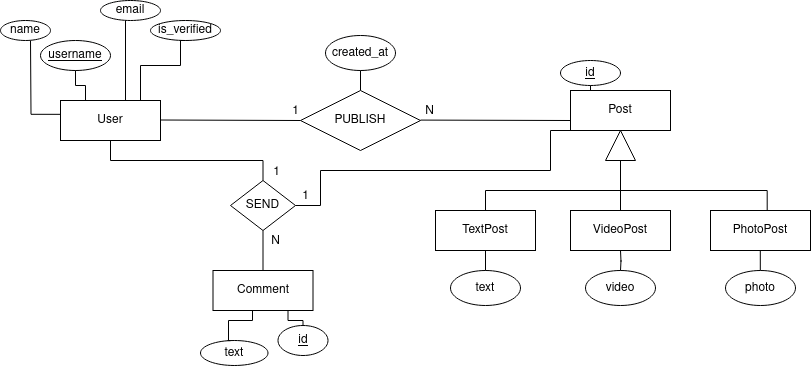
Above: images/modelo_conceitual.png in HicaroD/SocialApp (draw.io), before the change. Source tidied: cells renumbered, new cells last; positions are measured from the earlier drawing's top-left corner, leaving out a move shared by most shapes. Its diagram source:
```xml
<mxGraphModel>
  <root>
    <mxCell id="0" />
    <mxCell id="1" parent="0" />
    <mxCell id="2" value="&lt;div&gt;User&lt;/div&gt;" style="whiteSpace=wrap;html=1;align=center;" parent="1" vertex="1">
      <mxGeometry x="60" y="100" width="100" height="40" as="geometry" />
    </mxCell>
    <mxCell id="3" value="&lt;div&gt;Post&lt;/div&gt;" style="whiteSpace=wrap;html=1;align=center;" parent="1" vertex="1">
      <mxGeometry x="570" y="90" width="100" height="40" as="geometry" />
    </mxCell>
    <mxCell id="4" value="&lt;div&gt;Comment&lt;/div&gt;" style="whiteSpace=wrap;html=1;align=center;" parent="1" vertex="1">
      <mxGeometry x="212.5" y="270" width="100" height="40" as="geometry" />
    </mxCell>
    <mxCell id="5" value="name" style="ellipse;whiteSpace=wrap;html=1;align=center;" parent="1" vertex="1">
      <mxGeometry y="20" width="50" height="20" as="geometry" />
    </mxCell>
    <mxCell id="6" value="username" style="ellipse;whiteSpace=wrap;html=1;align=center;fontStyle=4;" parent="1" vertex="1">
      <mxGeometry x="40" y="40" width="70" height="30" as="geometry" />
    </mxCell>
    <mxCell id="7" value="email" style="ellipse;whiteSpace=wrap;html=1;align=center;" parent="1" vertex="1">
      <mxGeometry x="100" width="60" height="20" as="geometry" />
    </mxCell>
    <mxCell id="8" value="is_verified" style="ellipse;whiteSpace=wrap;html=1;align=center;" parent="1" vertex="1">
      <mxGeometry x="150" y="20" width="70" height="20" as="geometry" />
    </mxCell>
    <mxCell id="9" value="text" style="ellipse;whiteSpace=wrap;html=1;align=center;" parent="1" vertex="1">
      <mxGeometry x="200" y="340" width="67.5" height="25" as="geometry" />
    </mxCell>
    <mxCell id="10" style="endArrow=none;html=1;rounded=0;edgeStyle=orthogonalEdgeStyle;exitX=0.8;exitY=0;exitDx=0;exitDy=0;exitPerimeter=0;entryX=0.5;entryY=1;entryDx=0;entryDy=0;" parent="1" edge="1" source="2" target="8">
      <mxGeometry relative="1" as="geometry">
        <Array as="points">
          <mxPoint x="140" y="65" />
          <mxPoint x="180" y="65" />
          <mxPoint x="180" y="40" />
        </Array>
      </mxGeometry>
    </mxCell>
    <mxCell id="11" style="endArrow=none;html=1;rounded=0;edgeStyle=orthogonalEdgeStyle;exitX=0.5;exitY=0;exitDx=0;exitDy=0;" parent="1" edge="1" source="2">
      <mxGeometry relative="1" as="geometry">
        <mxPoint x="125" y="20" as="targetPoint" />
        <Array as="points">
          <mxPoint x="125" y="100" />
        </Array>
      </mxGeometry>
    </mxCell>
    <mxCell id="12" style="endArrow=none;html=1;rounded=0;exitX=0.25;exitY=0;exitDx=0;exitDy=0;entryX=0.5;entryY=1;entryDx=0;entryDy=0;edgeStyle=orthogonalEdgeStyle;" parent="1" edge="1" source="2" target="6">
      <mxGeometry relative="1" as="geometry" />
    </mxCell>
    <mxCell id="13" style="endArrow=none;html=1;rounded=0;edgeStyle=orthogonalEdgeStyle;exitX=-0.004;exitY=0.346;exitDx=0;exitDy=0;exitPerimeter=0;" parent="1" edge="1" source="2">
      <mxGeometry relative="1" as="geometry">
        <mxPoint x="30" y="40" as="targetPoint" />
      </mxGeometry>
    </mxCell>
    <mxCell id="14" value="VideoPost" style="whiteSpace=wrap;html=1;align=center;" parent="1" vertex="1">
      <mxGeometry x="570" y="210" width="100" height="40" as="geometry" />
    </mxCell>
    <mxCell id="15" value="TextPost" style="whiteSpace=wrap;html=1;align=center;" parent="1" vertex="1">
      <mxGeometry x="435" y="210" width="100" height="40" as="geometry" />
    </mxCell>
    <mxCell id="16" value="&lt;div&gt;PhotoPost&lt;/div&gt;" style="whiteSpace=wrap;html=1;align=center;" parent="1" vertex="1">
      <mxGeometry x="710" y="210" width="100" height="40" as="geometry" />
    </mxCell>
    <mxCell id="17" style="endArrow=none;html=1;rounded=0;edgeStyle=orthogonalEdgeStyle;exitX=0.397;exitY=0.002;exitDx=0;exitDy=0;exitPerimeter=0;" parent="1" edge="1" source="9">
      <mxGeometry relative="1" as="geometry">
        <mxPoint x="252" y="310" as="targetPoint" />
        <Array as="points">
          <mxPoint x="230" y="340" />
          <mxPoint x="228" y="340" />
          <mxPoint x="228" y="320" />
          <mxPoint x="252" y="320" />
        </Array>
      </mxGeometry>
    </mxCell>
    <mxCell id="18" style="triangle;whiteSpace=wrap;html=1;rotation=-90;" parent="1" vertex="1">
      <mxGeometry x="605" y="130" width="30" height="30" as="geometry" />
    </mxCell>
    <mxCell id="19" style="endArrow=none;html=1;rounded=0;entryX=0;entryY=0.5;entryDx=0;entryDy=0;edgeStyle=orthogonalEdgeStyle;exitX=0.55;exitY=0;exitDx=0;exitDy=0;exitPerimeter=0;" parent="1" edge="1" target="18">
      <mxGeometry relative="1" as="geometry">
        <mxPoint x="490" y="210" as="sourcePoint" />
        <Array as="points">
          <mxPoint x="485" y="210" />
          <mxPoint x="485" y="190" />
          <mxPoint x="620" y="190" />
        </Array>
      </mxGeometry>
    </mxCell>
    <mxCell id="20" style="endArrow=none;html=1;rounded=0;edgeStyle=orthogonalEdgeStyle;exitX=0.5;exitY=0;exitDx=0;exitDy=0;" parent="1" edge="1" source="14">
      <mxGeometry relative="1" as="geometry">
        <mxPoint x="620" y="170" as="targetPoint" />
      </mxGeometry>
    </mxCell>
    <mxCell id="21" style="endArrow=none;html=1;rounded=0;entryX=0;entryY=0.5;entryDx=0;entryDy=0;edgeStyle=orthogonalEdgeStyle;exitX=0.567;exitY=0.01;exitDx=0;exitDy=0;exitPerimeter=0;" parent="1" edge="1" source="16" target="18">
      <mxGeometry relative="1" as="geometry">
        <Array as="points">
          <mxPoint x="767" y="190" />
          <mxPoint x="620" y="190" />
        </Array>
      </mxGeometry>
    </mxCell>
    <mxCell id="22" value="created_at" style="ellipse;whiteSpace=wrap;html=1;align=center;" parent="1" vertex="1">
      <mxGeometry x="325" y="35" width="70" height="35" as="geometry" />
    </mxCell>
    <mxCell id="23" value="&lt;u&gt;id&lt;/u&gt;" style="ellipse;whiteSpace=wrap;html=1;align=center;" parent="1" vertex="1">
      <mxGeometry x="560" y="60" width="60" height="25" as="geometry" />
    </mxCell>
    <mxCell id="24" value="&lt;div&gt;text&lt;/div&gt;" style="ellipse;whiteSpace=wrap;html=1;align=center;" parent="1" vertex="1">
      <mxGeometry x="450" y="270" width="70" height="35" as="geometry" />
    </mxCell>
    <mxCell id="25" value="video" style="ellipse;whiteSpace=wrap;html=1;align=center;" parent="1" vertex="1">
      <mxGeometry x="585" y="270" width="70" height="35" as="geometry" />
    </mxCell>
    <mxCell id="26" value="photo" style="ellipse;whiteSpace=wrap;html=1;align=center;" parent="1" vertex="1">
      <mxGeometry x="725" y="270" width="70" height="35" as="geometry" />
    </mxCell>
    <mxCell id="27" style="endArrow=none;html=1;rounded=0;" parent="1" edge="1">
      <mxGeometry relative="1" as="geometry">
        <mxPoint x="485" y="270" as="sourcePoint" />
        <mxPoint x="485" y="250" as="targetPoint" />
      </mxGeometry>
    </mxCell>
    <mxCell id="28" style="endArrow=none;html=1;rounded=0;edgeStyle=orthogonalEdgeStyle;" parent="1" edge="1">
      <mxGeometry relative="1" as="geometry">
        <mxPoint x="620" y="270" as="sourcePoint" />
        <mxPoint x="620" y="250" as="targetPoint" />
      </mxGeometry>
    </mxCell>
    <mxCell id="29" style="endArrow=none;html=1;rounded=0;" parent="1" edge="1">
      <mxGeometry relative="1" as="geometry">
        <mxPoint x="759.8" y="270" as="sourcePoint" />
        <mxPoint x="759.8" y="250" as="targetPoint" />
      </mxGeometry>
    </mxCell>
    <mxCell id="30" style="endArrow=none;html=1;rounded=0;entryX=0.5;entryY=1;entryDx=0;entryDy=0;edgeStyle=orthogonalEdgeStyle;exitX=0.205;exitY=-0.004;exitDx=0;exitDy=0;exitPerimeter=0;" parent="1" edge="1" source="3" target="23">
      <mxGeometry relative="1" as="geometry">
        <Array as="points">
          <mxPoint x="590" y="85" />
          <mxPoint x="590" y="85" />
        </Array>
      </mxGeometry>
    </mxCell>
    <mxCell id="31" style="endArrow=none;html=1;rounded=0;entryX=0.5;entryY=0;entryDx=0;entryDy=0;edgeStyle=orthogonalEdgeStyle;" parent="1" edge="1" target="32">
      <mxGeometry relative="1" as="geometry">
        <mxPoint x="360" y="70" as="sourcePoint" />
        <Array as="points">
          <mxPoint x="360" y="70" />
          <mxPoint x="360" y="70" />
        </Array>
      </mxGeometry>
    </mxCell>
    <mxCell id="32" value="PUBLISH" style="shape=rhombus;perimeter=rhombusPerimeter;whiteSpace=wrap;html=1;align=center;" parent="1" vertex="1">
      <mxGeometry x="300" y="90" width="120" height="60" as="geometry" />
    </mxCell>
    <mxCell id="33" style="endArrow=none;html=1;rounded=0;" parent="1" edge="1">
      <mxGeometry relative="1" as="geometry">
        <mxPoint x="160" y="119.5" as="sourcePoint" />
        <mxPoint x="300" y="120" as="targetPoint" />
      </mxGeometry>
    </mxCell>
    <mxCell id="34" value="1" style="html=1;whiteSpace=wrap;align=right;verticalAlign=bottom;" parent="33" vertex="1">
      <mxGeometry x="1" relative="1" as="geometry" />
    </mxCell>
    <mxCell id="35" style="endArrow=none;html=1;rounded=0;" parent="1" edge="1">
      <mxGeometry relative="1" as="geometry">
        <mxPoint x="420" y="119.6" as="sourcePoint" />
        <mxPoint x="570" y="120" as="targetPoint" />
      </mxGeometry>
    </mxCell>
    <mxCell id="36" value="N" style="html=1;whiteSpace=wrap;align=right;verticalAlign=bottom;" parent="35" vertex="1">
      <mxGeometry x="1" relative="1" as="geometry">
        <mxPoint x="-135" as="offset" />
      </mxGeometry>
    </mxCell>
    <mxCell id="37" style="endArrow=none;html=1;rounded=0;edgeStyle=orthogonalEdgeStyle;exitX=0.75;exitY=1;exitDx=0;exitDy=0;" parent="1" edge="1" source="4" target="38">
      <mxGeometry relative="1" as="geometry" />
    </mxCell>
    <mxCell id="38" value="&lt;u&gt;id&lt;/u&gt;" style="ellipse;whiteSpace=wrap;html=1;align=center;" parent="1" vertex="1">
      <mxGeometry x="277.5" y="325" width="50" height="30" as="geometry" />
    </mxCell>
    <mxCell id="39" value="SEND" style="shape=rhombus;perimeter=rhombusPerimeter;whiteSpace=wrap;html=1;align=center;" parent="1" vertex="1">
      <mxGeometry x="230" y="180" width="65" height="50" as="geometry" />
    </mxCell>
    <mxCell id="40" style="endArrow=none;html=1;rounded=0;exitX=0.5;exitY=1;exitDx=0;exitDy=0;edgeStyle=orthogonalEdgeStyle;" parent="1" edge="1" source="2" target="39">
      <mxGeometry relative="1" as="geometry" />
    </mxCell>
    <mxCell id="41" value="1" style="html=1;whiteSpace=wrap;align=right;verticalAlign=bottom;" parent="40" vertex="1">
      <mxGeometry x="1" relative="1" as="geometry">
        <mxPoint x="18" as="offset" />
      </mxGeometry>
    </mxCell>
    <mxCell id="42" style="endArrow=none;html=1;rounded=0;entryX=0.5;entryY=1;entryDx=0;entryDy=0;edgeStyle=orthogonalEdgeStyle;exitX=0.5;exitY=0;exitDx=0;exitDy=0;" parent="1" edge="1" source="4" target="39">
      <mxGeometry relative="1" as="geometry">
        <Array as="points">
          <mxPoint x="263" y="270" />
        </Array>
      </mxGeometry>
    </mxCell>
    <mxCell id="43" value="N" style="html=1;whiteSpace=wrap;align=right;verticalAlign=bottom;" parent="42" vertex="1">
      <mxGeometry x="1" relative="1" as="geometry">
        <mxPoint x="18" y="20" as="offset" />
      </mxGeometry>
    </mxCell>
    <mxCell id="44" style="endArrow=none;html=1;rounded=0;edgeStyle=orthogonalEdgeStyle;exitX=1;exitY=0.5;exitDx=0;exitDy=0;" parent="1" edge="1" source="39">
      <mxGeometry relative="1" as="geometry">
        <mxPoint x="570" y="130" as="targetPoint" />
        <Array as="points">
          <mxPoint x="320" y="205" />
          <mxPoint x="320" y="170" />
          <mxPoint x="550" y="170" />
          <mxPoint x="550" y="130" />
        </Array>
      </mxGeometry>
    </mxCell>
    <mxCell id="45" value="&lt;div&gt;1&lt;/div&gt;" style="html=1;whiteSpace=wrap;align=right;verticalAlign=bottom;" parent="1" vertex="1">
      <mxGeometry x="310" y="205" as="geometry" />
    </mxCell>
  </root>
</mxGraphModel>
```
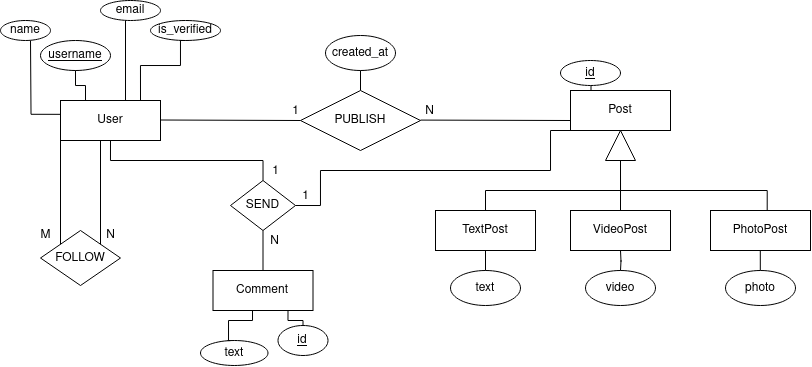
The same diagram one commit later.

Commit message:
atualizando modelo conceitual

Diff of the diagram source:
```diff
@@ -213,5 +213,22 @@
     <mxCell id="45" value="&lt;div&gt;1&lt;/div&gt;" style="html=1;whiteSpace=wrap;align=right;verticalAlign=bottom;" parent="1" vertex="1">
       <mxGeometry x="310" y="205" as="geometry" />
     </mxCell>
+    <mxCell id="46" value="FOLLOW" style="shape=rhombus;perimeter=rhombusPerimeter;whiteSpace=wrap;html=1;align=center;direction=south;" parent="1" vertex="1">
+      <mxGeometry x="40" y="230" width="80" height="55" as="geometry" />
+    </mxCell>
+    <mxCell id="47" style="endArrow=none;html=1;rounded=0;entryX=0;entryY=1;entryDx=0;entryDy=0;exitX=0;exitY=1;exitDx=0;exitDy=0;" parent="1" edge="1" source="46" target="2">
+      <mxGeometry relative="1" as="geometry" />
+    </mxCell>
+    <mxCell id="48" style="endArrow=none;html=1;rounded=0;exitX=0;exitY=0;exitDx=0;exitDy=0;" parent="1" edge="1" source="46">
+      <mxGeometry relative="1" as="geometry">
+        <mxPoint x="100" y="140" as="targetPoint" />
+      </mxGeometry>
+    </mxCell>
+    <mxCell id="49" value="M" style="text;html=1;align=center;verticalAlign=middle;strokeColor=none;fillColor=none;" parent="1" vertex="1">
+      <mxGeometry x="30" y="220" width="30" height="30" as="geometry" />
+    </mxCell>
+    <mxCell id="50" value="N" style="text;html=1;align=center;verticalAlign=middle;strokeColor=none;fillColor=none;" parent="1" vertex="1">
+      <mxGeometry x="95" y="220" width="30" height="30" as="geometry" />
+    </mxCell>
   </root>
 </mxGraphModel>
```
